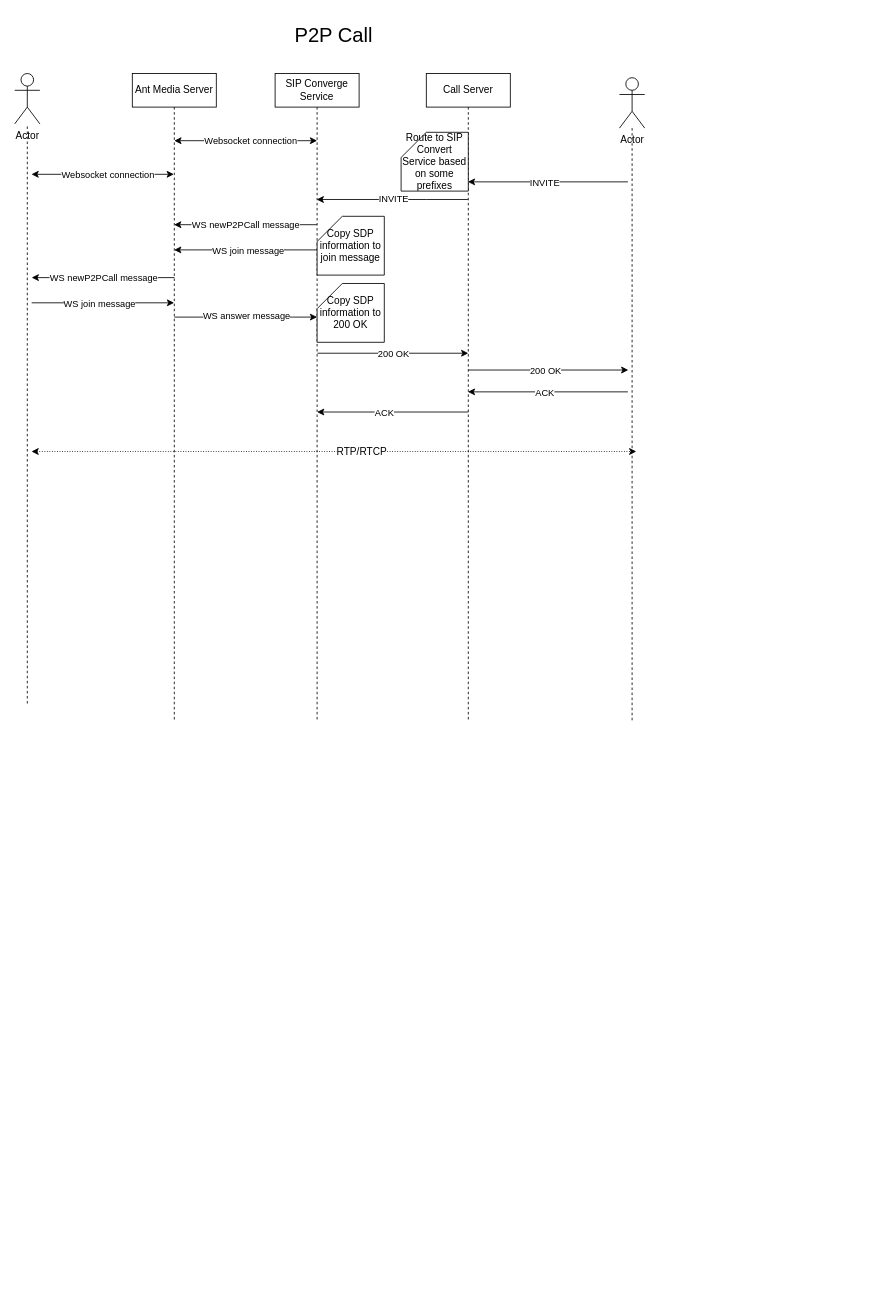
Earlier version of the draw.io diagram page "ConferenceCall" (5 of 7) of callcenter-int/Başlıksız Diyagram.drawio (sezerdulger/drawio). Source tidied: cells renumbered, new cells numbered last; positions are measured from the earlier drawing's top-left corner, leaving out a move shared by most shapes. Both pictures are drawn from the tidied source at 84%, with x=0, y=0 at pixel (14, 23).
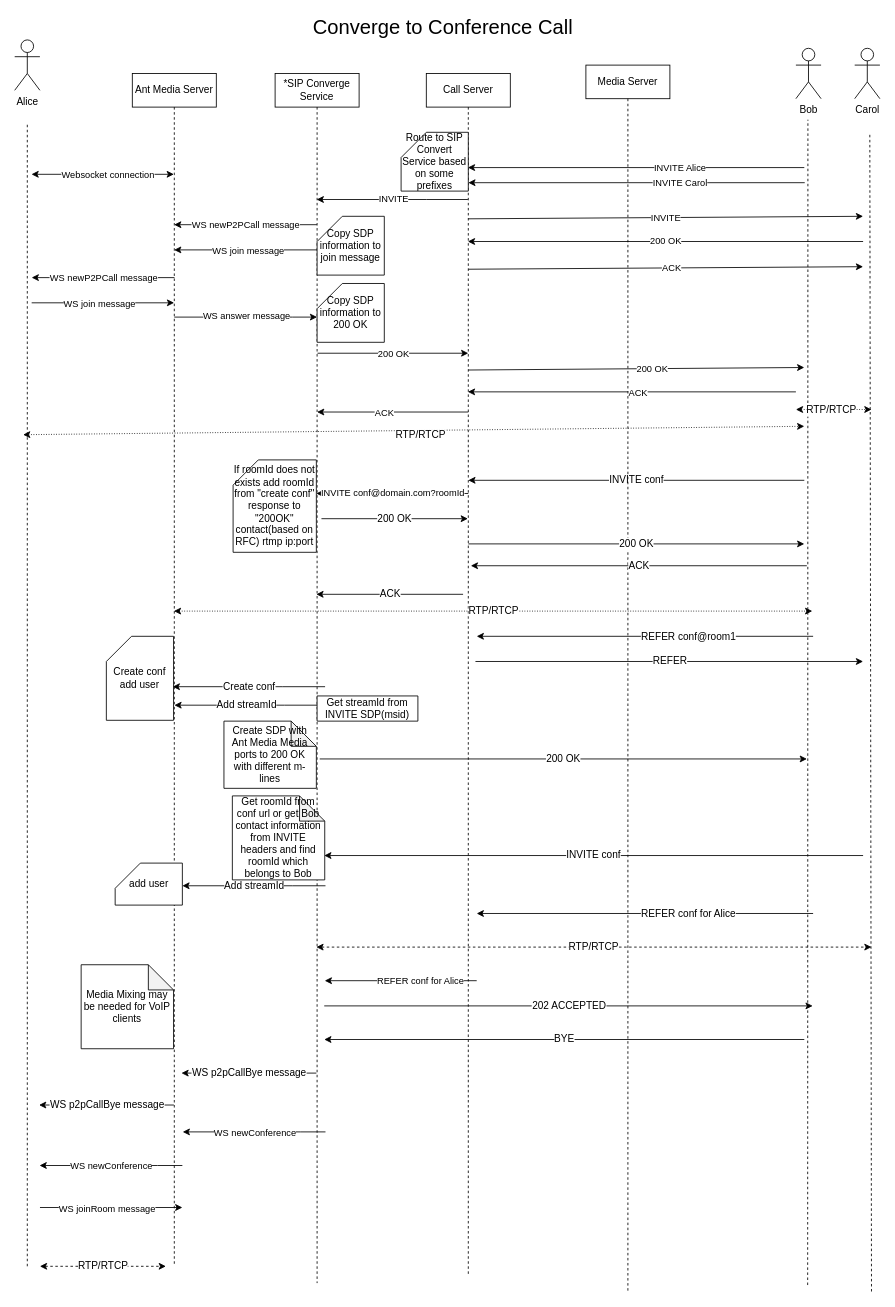
The same diagram, later.

The edit, as a diff of the source:
```diff
@@
     <mxCell id="2" value="Call Server" style="shape=umlLifeline;perimeter=lifelinePerimeter;whiteSpace=wrap;html=1;outlineConnect=0;portConstraint=eastwest;newEdgeStyle={&quot;edgeStyle&quot;:&quot;elbowEdgeStyle&quot;,&quot;elbow&quot;:&quot;vertical&quot;,&quot;curved&quot;:0,&quot;rounded&quot;:0};" parent="1" vertex="1">
-      <mxGeometry x="490" y="60" width="100" height="770" as="geometry" />
+      <mxGeometry x="490" y="60" width="100" height="1430" as="geometry" />
     </mxCell>
     <mxCell id="3" value="Ant Media Server" style="shape=umlLifeline;perimeter=lifelinePerimeter;whiteSpace=wrap;html=1;outlineConnect=0;portConstraint=eastwest;newEdgeStyle={&quot;edgeStyle&quot;:&quot;elbowEdgeStyle&quot;,&quot;elbow&quot;:&quot;vertical&quot;,&quot;curved&quot;:0,&quot;rounded&quot;:0};" parent="1" vertex="1">
-      <mxGeometry x="140" y="60" width="100" height="770" as="geometry" />
+      <mxGeometry x="140" y="60" width="100" height="1420" as="geometry" />
     </mxCell>
-    <mxCell id="4" value="SIP Converge Service" style="shape=umlLifeline;perimeter=lifelinePerimeter;whiteSpace=wrap;html=1;outlineConnect=0;portConstraint=eastwest;newEdgeStyle={&quot;edgeStyle&quot;:&quot;elbowEdgeStyle&quot;,&quot;elbow&quot;:&quot;vertical&quot;,&quot;curved&quot;:0,&quot;rounded&quot;:0};" parent="1" vertex="1">
-      <mxGeometry x="310" y="60" width="100" height="770" as="geometry" />
+    <mxCell id="4" value="*SIP Converge Service" style="shape=umlLifeline;perimeter=lifelinePerimeter;whiteSpace=wrap;html=1;outlineConnect=0;portConstraint=eastwest;newEdgeStyle={&quot;edgeStyle&quot;:&quot;elbowEdgeStyle&quot;,&quot;elbow&quot;:&quot;vertical&quot;,&quot;curved&quot;:0,&quot;rounded&quot;:0};" parent="1" vertex="1">
+      <mxGeometry x="310" y="60" width="100" height="1440" as="geometry" />
     </mxCell>
-    <mxCell id="5" value="Actor" style="shape=umlActor;verticalLabelPosition=bottom;verticalAlign=top;html=1;outlineConnect=0;" parent="1" vertex="1">
-      <mxGeometry x="720" y="65" width="30" height="60" as="geometry" />
+    <mxCell id="5" value="Bob" style="shape=umlActor;verticalLabelPosition=bottom;verticalAlign=top;html=1;outlineConnect=0;" parent="1" vertex="1">
+      <mxGeometry x="930" y="30" width="30" height="60" as="geometry" />
     </mxCell>
-    <mxCell id="6" style="endArrow=classic;html=1;rounded=0;" parent="1" edge="1" target="2">
+    <mxCell id="6" style="endArrow=classic;html=1;rounded=0;" parent="1" edge="1">
       <mxGeometry relative="1" as="geometry">
-        <mxPoint x="730" y="189" as="sourcePoint" />
+        <mxPoint x="940" y="172" as="sourcePoint" />
+        <mxPoint x="539.5" y="172" as="targetPoint" />
       </mxGeometry>
     </mxCell>
-    <mxCell id="7" value="INVITE" style="edgeLabel;html=1;align=center;verticalAlign=middle;" parent="6" vertex="1">
+    <mxCell id="7" value="INVITE Alice" style="edgeLabel;html=1;align=center;verticalAlign=middle;" parent="6" vertex="1">
       <mxGeometry x="-0.26" relative="1" as="geometry">
-        <mxPoint x="-30" as="offset" />
+        <mxPoint x="-1" as="offset" />
       </mxGeometry>
     </mxCell>
-    <mxCell id="8" style="endArrow=none;dashed=1;html=1;rounded=0;" parent="1" edge="1" target="5">
+    <mxCell id="8" style="endArrow=none;dashed=1;html=1;rounded=0;" parent="1" edge="1">
       <mxGeometry relative="1" as="geometry">
-        <mxPoint x="735" y="830" as="sourcePoint" />
+        <mxPoint x="944" y="1502.3" as="sourcePoint" />
+        <mxPoint x="944.3" y="115" as="targetPoint" />
       </mxGeometry>
     </mxCell>
     <mxCell id="9" style="endArrow=classic;html=1;rounded=0;" parent="1" edge="1">
       <mxGeometry relative="1" as="geometry">
         <mxPoint x="540" y="413" as="sourcePoint" />
-        <mxPoint x="730.5" y="413" as="targetPoint" />
+        <mxPoint x="940" y="410" as="targetPoint" />
       </mxGeometry>
     </mxCell>
@@
     <mxCell id="11" style="endArrow=classic;html=1;rounded=0;" parent="1" edge="1">
       <mxGeometry relative="1" as="geometry">
-        <mxPoint x="730" y="439" as="sourcePoint" />
+        <mxPoint x="930" y="439" as="sourcePoint" />
         <mxPoint x="539.5" y="439" as="targetPoint" />
       </mxGeometry>
     </mxCell>
@@
-    <mxCell id="20" value="Actor" style="shape=umlActor;verticalLabelPosition=bottom;verticalAlign=top;html=1;outlineConnect=0;" parent="1" vertex="1">
-      <mxGeometry y="60" width="30" height="60" as="geometry" />
+    <mxCell id="20" value="Alice" style="shape=umlActor;verticalLabelPosition=bottom;verticalAlign=top;html=1;outlineConnect=0;" parent="1" vertex="1">
+      <mxGeometry y="20" width="30" height="60" as="geometry" />
     </mxCell>
-    <mxCell id="21" style="endArrow=none;dashed=1;html=1;rounded=0;" parent="1" edge="1" target="20">
+    <mxCell id="21" style="endArrow=none;dashed=1;html=1;rounded=0;" parent="1" edge="1">
       <mxGeometry relative="1" as="geometry">
-        <mxPoint x="15" y="810" as="sourcePoint" />
+        <mxPoint x="15" y="1480" as="sourcePoint" />
+        <mxPoint x="15" y="120" as="targetPoint" />
       </mxGeometry>
     </mxCell>
@@
-    <mxCell id="24" style="endArrow=classic;startArrow=classic;html=1;rounded=0;" parent="1" edge="1">
-      <mxGeometry relative="1" as="geometry">
-        <mxPoint x="190" y="140" as="sourcePoint" />
-        <mxPoint x="360" y="140" as="targetPoint" />
-      </mxGeometry>
-    </mxCell>
-    <mxCell id="25" value="Websocket connection" style="edgeLabel;html=1;align=center;verticalAlign=middle;" parent="24" vertex="1">
-      <mxGeometry x="0.17" relative="1" as="geometry">
-        <mxPoint x="-9" as="offset" />
-      </mxGeometry>
-    </mxCell>
@@
-    <mxCell id="36" value="P2P Call" style="text;html=1;strokeColor=none;fillColor=none;align=center;verticalAlign=middle;whiteSpace=wrap;rounded=0;strokeWidth=1;fontSize=24;" parent="1" vertex="1">
-      <mxGeometry x="220" width="320" height="30" as="geometry" />
+    <mxCell id="36" value="Converge to Conference Call" style="text;html=1;strokeColor=none;fillColor=none;align=center;verticalAlign=middle;whiteSpace=wrap;rounded=0;strokeWidth=1;fontSize=24;" parent="1" vertex="1">
+      <mxGeometry x="320" y="-10" width="380" height="30" as="geometry" />
     </mxCell>
@@
     <mxCell id="39" style="endArrow=classic;startArrow=classic;html=1;rounded=0;fontSize=24;dashed=1;dashPattern=1 2;" parent="1" edge="1">
       <mxGeometry relative="1" as="geometry">
-        <mxPoint x="20" y="510" as="sourcePoint" />
-        <mxPoint x="740" y="510" as="targetPoint" />
+        <mxPoint x="10" y="490" as="sourcePoint" />
+        <mxPoint x="940" y="480" as="targetPoint" />
       </mxGeometry>
     </mxCell>
     <mxCell id="40" value="RTP/RTCP" style="edgeLabel;html=1;align=center;verticalAlign=middle;fontSize=12;" parent="39" vertex="1">
       <mxGeometry x="0.19" relative="1" as="geometry">
-        <mxPoint x="-36" as="offset" />
+        <mxPoint x="-80" y="6" as="offset" />
       </mxGeometry>
     </mxCell>
+    <mxCell id="41" value="INVITE conf" style="endArrow=classic;html=1;rounded=0;fontSize=12;" parent="1" edge="1">
+      <mxGeometry relative="1" as="geometry">
+        <mxPoint x="940" y="544.3" as="sourcePoint" />
+        <mxPoint x="540" y="544.3" as="targetPoint" />
+      </mxGeometry>
+    </mxCell>
+    <mxCell id="42" value="Media Server" style="shape=umlLifeline;perimeter=lifelinePerimeter;whiteSpace=wrap;html=1;newEdgeStyle={&quot;edgeStyle&quot;:&quot;elbowEdgeStyle&quot;,&quot;elbow&quot;:&quot;vertical&quot;,&quot;curved&quot;:0,&quot;rounded&quot;:0};" parent="1" vertex="1">
+      <mxGeometry x="680" y="50" width="100" height="1460" as="geometry" />
+    </mxCell>
+    <mxCell id="43" value="Carol" style="shape=umlActor;verticalLabelPosition=bottom;verticalAlign=top;html=1;" parent="1" vertex="1">
+      <mxGeometry x="1000" y="30" width="30" height="60" as="geometry" />
+    </mxCell>
+    <mxCell id="44" style="endArrow=classic;html=1;rounded=0;" parent="1" edge="1">
+      <mxGeometry relative="1" as="geometry">
+        <mxPoint x="940.5" y="190" as="sourcePoint" />
+        <mxPoint x="540" y="190" as="targetPoint" />
+      </mxGeometry>
+    </mxCell>
+    <mxCell id="45" value="INVITE Carol" style="edgeLabel;html=1;align=center;verticalAlign=middle;" parent="44" vertex="1">
+      <mxGeometry x="-0.26" relative="1" as="geometry">
+        <mxPoint x="-1" as="offset" />
+      </mxGeometry>
+    </mxCell>
+    <mxCell id="46" style="endArrow=none;dashed=1;html=1;rounded=0;" parent="1" edge="1">
+      <mxGeometry relative="1" as="geometry">
+        <mxPoint x="1020" y="1510" as="sourcePoint" />
+        <mxPoint x="1018" y="130" as="targetPoint" />
+      </mxGeometry>
+    </mxCell>
+    <mxCell id="47" value="INVITE" style="endArrow=classic;html=1;rounded=0;" parent="1" edge="1">
+      <mxGeometry relative="1" as="geometry">
+        <mxPoint x="540" y="233" as="sourcePoint" />
+        <mxPoint x="1010" y="230" as="targetPoint" />
+      </mxGeometry>
+    </mxCell>
+    <mxCell id="48" value="200 OK" style="endArrow=classic;html=1;rounded=0;" parent="1" edge="1" target="2">
+      <mxGeometry relative="1" as="geometry">
+        <mxPoint x="1010" y="260" as="sourcePoint" />
+      </mxGeometry>
+    </mxCell>
+    <mxCell id="49" style="endArrow=classic;html=1;rounded=0;" parent="1" edge="1">
+      <mxGeometry relative="1" as="geometry">
+        <mxPoint x="540" y="293" as="sourcePoint" />
+        <mxPoint x="1010" y="290" as="targetPoint" />
+      </mxGeometry>
+    </mxCell>
+    <mxCell id="50" value="ACK" style="edgeLabel;html=1;align=center;verticalAlign=middle;" parent="49" vertex="1">
+      <mxGeometry x="0.21" y="-2" relative="1" as="geometry">
+        <mxPoint x="-43" y="-2" as="offset" />
+      </mxGeometry>
+    </mxCell>
+    <mxCell id="51" value="INVITE conf@domain.com?roomId" style="endArrow=classic;html=1;rounded=0;" parent="1" edge="1">
+      <mxGeometry x="-0.01" relative="1" as="geometry">
+        <mxPoint x="540" y="560" as="sourcePoint" />
+        <mxPoint x="359" y="560" as="targetPoint" />
+        <Array as="points">
+          <mxPoint x="490" y="560" />
+        </Array>
+      </mxGeometry>
+    </mxCell>
+    <mxCell id="52" value="REFER" style="endArrow=classic;html=1;rounded=0;fontSize=12;" parent="1" edge="1">
+      <mxGeometry relative="1" as="geometry">
+        <mxPoint x="548.5" y="760" as="sourcePoint" />
+        <mxPoint x="1010" y="760" as="targetPoint" />
+      </mxGeometry>
+    </mxCell>
+    <mxCell id="53" value="INVITE conf" style="endArrow=classic;html=1;rounded=0;fontSize=12;" parent="1" edge="1">
+      <mxGeometry relative="1" as="geometry">
+        <mxPoint x="1010" y="991" as="sourcePoint" />
+        <mxPoint x="368.5" y="991" as="targetPoint" />
+      </mxGeometry>
+    </mxCell>
+    <mxCell id="54" value="200 OK" style="endArrow=classic;html=1;rounded=0;fontSize=12;" parent="1" edge="1">
+      <mxGeometry relative="1" as="geometry">
+        <mxPoint x="363.1" y="876" as="sourcePoint" />
+        <mxPoint x="943.1" y="876" as="targetPoint" />
+      </mxGeometry>
+    </mxCell>
+    <mxCell id="55" value="Create SDP with Ant Media Media ports to 200 OK with different m-lines" style="shape=note;whiteSpace=wrap;html=1;backgroundOutline=1;darkOpacity=0.05;strokeWidth=1;fontSize=12;" parent="1" vertex="1">
+      <mxGeometry x="249.1" y="831" width="110" height="80" as="geometry" />
+    </mxCell>
+    <mxCell id="56" value="Create conf" style="endArrow=classic;html=1;rounded=0;fontSize=12;" parent="1" edge="1">
+      <mxGeometry relative="1" as="geometry">
+        <mxPoint x="369.5" y="790" as="sourcePoint" />
+        <mxPoint x="188.1" y="790" as="targetPoint" />
+        <Array as="points">
+          <mxPoint x="319.1" y="790" />
+        </Array>
+      </mxGeometry>
+    </mxCell>
+    <mxCell id="57" value="Add streamId" style="endArrow=classic;html=1;rounded=0;fontSize=12;" parent="1" edge="1">
+      <mxGeometry relative="1" as="geometry">
+        <mxPoint x="360.6" y="812" as="sourcePoint" />
+        <mxPoint x="190.1" y="812" as="targetPoint" />
+        <Array as="points">
+          <mxPoint x="321.1" y="812" />
+        </Array>
+      </mxGeometry>
+    </mxCell>
+    <mxCell id="58" value="Get streamId from INVITE SDP(msid)" style="shape=note;whiteSpace=wrap;html=1;backgroundOutline=1;darkOpacity=0.05;strokeWidth=1;fontSize=12;size=0;" parent="1" vertex="1">
+      <mxGeometry x="360" y="801" width="120" height="30" as="geometry" />
+    </mxCell>
+    <mxCell id="59" value="Create conf&lt;br&gt;add user" style="shape=card;whiteSpace=wrap;html=1;strokeWidth=1;fontSize=12;" parent="1" vertex="1">
+      <mxGeometry x="109.1" y="730" width="80" height="100" as="geometry" />
+    </mxCell>
+    <mxCell id="60" value="Add streamId" style="endArrow=classic;html=1;rounded=0;fontSize=12;" parent="1" edge="1">
+      <mxGeometry relative="1" as="geometry">
+        <mxPoint x="370" y="1027" as="sourcePoint" />
+        <mxPoint x="199.6" y="1027" as="targetPoint" />
+        <Array as="points">
+          <mxPoint x="330.5" y="1027" />
+        </Array>
+      </mxGeometry>
+    </mxCell>
+    <mxCell id="61" value="add user" style="shape=card;whiteSpace=wrap;html=1;strokeWidth=1;fontSize=12;" parent="1" vertex="1">
+      <mxGeometry x="119.6" y="1000" width="80" height="50" as="geometry" />
+    </mxCell>
+    <mxCell id="62" style="endArrow=classic;html=1;rounded=0;" parent="1" edge="1">
+      <mxGeometry relative="1" as="geometry">
+        <mxPoint x="950.5" y="730" as="sourcePoint" />
+        <mxPoint x="550" y="730" as="targetPoint" />
+      </mxGeometry>
+    </mxCell>
+    <mxCell id="63" value="REFER conf@room1" style="edgeLabel;html=1;align=center;verticalAlign=middle;fontSize=12;" parent="62" vertex="1">
+      <mxGeometry x="-0.26" relative="1" as="geometry">
+        <mxPoint x="-1" as="offset" />
+      </mxGeometry>
+    </mxCell>
+    <mxCell id="64" value="200 OK" style="endArrow=classic;html=1;rounded=0;fontSize=12;" parent="1" edge="1" target="2">
+      <mxGeometry relative="1" as="geometry">
+        <mxPoint x="365.2" y="590" as="sourcePoint" />
+      </mxGeometry>
+    </mxCell>
+    <mxCell id="65" value="If roomId does not exists add roomId from &quot;create conf&quot; response to &quot;200OK&quot; contact(based on RFC) rtmp ip:port" style="shape=card;whiteSpace=wrap;html=1;strokeWidth=1;fontSize=12;" parent="1" vertex="1">
+      <mxGeometry x="260" y="520" width="99.1" height="110" as="geometry" />
+    </mxCell>
+    <mxCell id="66" value="Get roomId from conf url or get Bob contact information from INVITE headers and find roomId which belongs to Bob" style="shape=note;whiteSpace=wrap;html=1;backgroundOutline=1;darkOpacity=0.05;strokeWidth=1;fontSize=12;" parent="1" vertex="1">
+      <mxGeometry x="259.1" y="920" width="110" height="100" as="geometry" />
+    </mxCell>
+    <mxCell id="67" style="endArrow=classic;html=1;rounded=0;" parent="1" edge="1">
+      <mxGeometry relative="1" as="geometry">
+        <mxPoint x="950.5" y="1060" as="sourcePoint" />
+        <mxPoint x="550" y="1060" as="targetPoint" />
+      </mxGeometry>
+    </mxCell>
+    <mxCell id="68" value="REFER conf for Alice" style="edgeLabel;html=1;align=center;verticalAlign=middle;fontSize=12;" parent="67" vertex="1">
+      <mxGeometry x="-0.26" relative="1" as="geometry">
+        <mxPoint x="-1" as="offset" />
+      </mxGeometry>
+    </mxCell>
+    <mxCell id="69" style="endArrow=classic;html=1;rounded=0;" parent="1" edge="1">
+      <mxGeometry relative="1" as="geometry">
+        <mxPoint x="550" y="1140" as="sourcePoint" />
+        <mxPoint x="369.1" y="1140" as="targetPoint" />
+      </mxGeometry>
+    </mxCell>
+    <mxCell id="70" value="REFER conf for Alice" style="edgeLabel;html=1;align=center;verticalAlign=middle;" parent="69" vertex="1">
+      <mxGeometry x="-0.26" relative="1" as="geometry">
+        <mxPoint x="-1" as="offset" />
+      </mxGeometry>
+    </mxCell>
+    <mxCell id="71" value="202 ACCEPTED" style="endArrow=classic;html=1;rounded=0;fontSize=12;" parent="1" edge="1">
+      <mxGeometry relative="1" as="geometry">
+        <mxPoint x="368.5" y="1170" as="sourcePoint" />
+        <mxPoint x="950" y="1170" as="targetPoint" />
+      </mxGeometry>
+    </mxCell>
+    <mxCell id="72" value="BYE" style="endArrow=classic;html=1;rounded=0;fontSize=12;" parent="1" edge="1">
+      <mxGeometry relative="1" as="geometry">
+        <mxPoint x="940" y="1210" as="sourcePoint" />
+        <mxPoint x="368.5" y="1210" as="targetPoint" />
+      </mxGeometry>
+    </mxCell>
+    <mxCell id="73" value="WS p2pCallBye message" style="endArrow=classic;html=1;rounded=0;fontSize=12;" parent="1" edge="1">
+      <mxGeometry relative="1" as="geometry">
+        <mxPoint x="359.1" y="1250" as="sourcePoint" />
+        <mxPoint x="198.5" y="1250" as="targetPoint" />
+      </mxGeometry>
+    </mxCell>
+    <mxCell id="74" style="endArrow=classic;html=1;rounded=0;" parent="1" edge="1">
+      <mxGeometry relative="1" as="geometry">
+        <mxPoint x="370" y="1320" as="sourcePoint" />
+        <mxPoint x="200" y="1320" as="targetPoint" />
+        <Array as="points">
+          <mxPoint x="340.5" y="1320" />
+        </Array>
+      </mxGeometry>
+    </mxCell>
+    <mxCell id="75" value="WS newConference" style="edgeLabel;html=1;align=center;verticalAlign=middle;" parent="74" vertex="1">
+      <mxGeometry y="1" relative="1" as="geometry">
+        <mxPoint y="-1" as="offset" />
+      </mxGeometry>
+    </mxCell>
+    <mxCell id="76" style="endArrow=classic;html=1;rounded=0;" parent="1" edge="1">
+      <mxGeometry relative="1" as="geometry">
+        <mxPoint x="199.6" y="1360" as="sourcePoint" />
+        <mxPoint x="29.6" y="1360" as="targetPoint" />
+        <Array as="points">
+          <mxPoint x="170.1" y="1360" />
+        </Array>
+      </mxGeometry>
+    </mxCell>
+    <mxCell id="77" value="WS newConference" style="edgeLabel;html=1;align=center;verticalAlign=middle;" parent="76" vertex="1">
+      <mxGeometry y="1" relative="1" as="geometry">
+        <mxPoint y="-1" as="offset" />
+      </mxGeometry>
+    </mxCell>
+    <mxCell id="78" style="endArrow=classic;html=1;rounded=0;" parent="1" edge="1">
+      <mxGeometry relative="1" as="geometry">
+        <mxPoint x="30.1" y="1410" as="sourcePoint" />
+        <mxPoint x="199.6" y="1410" as="targetPoint" />
+      </mxGeometry>
+    </mxCell>
+    <mxCell id="79" value="WS joinRoom message" style="edgeLabel;html=1;align=center;verticalAlign=middle;" parent="78" vertex="1">
+      <mxGeometry x="0.21" y="-1" relative="1" as="geometry">
+        <mxPoint x="-24" as="offset" />
+      </mxGeometry>
+    </mxCell>
+    <mxCell id="80" style="endArrow=classic;startArrow=classic;html=1;rounded=0;fontSize=24;dashed=1;dashPattern=1 2;" parent="1" edge="1">
+      <mxGeometry relative="1" as="geometry">
+        <mxPoint x="930" y="460" as="sourcePoint" />
+        <mxPoint x="1020" y="460" as="targetPoint" />
+      </mxGeometry>
+    </mxCell>
+    <mxCell id="81" value="RTP/RTCP" style="edgeLabel;html=1;align=center;verticalAlign=middle;fontSize=12;" parent="80" vertex="1">
+      <mxGeometry x="0.19" relative="1" as="geometry">
+        <mxPoint x="-13" as="offset" />
+      </mxGeometry>
+    </mxCell>
+    <mxCell id="82" value="WS p2pCallBye message" style="endArrow=classic;html=1;rounded=0;fontSize=12;" parent="1" edge="1">
+      <mxGeometry relative="1" as="geometry">
+        <mxPoint x="189.5" y="1288" as="sourcePoint" />
+        <mxPoint x="29" y="1288" as="targetPoint" />
+      </mxGeometry>
+    </mxCell>
+    <mxCell id="83" value="RTP/RTCP" style="endArrow=classic;startArrow=classic;html=1;rounded=0;fontSize=12;dashed=1;dashPattern=1 2;" parent="1" edge="1" source="3">
+      <mxGeometry relative="1" as="geometry">
+        <mxPoint x="949.5" y="700" as="targetPoint" />
+        <Array as="points">
+          <mxPoint x="560" y="700" />
+        </Array>
+      </mxGeometry>
+    </mxCell>
+    <mxCell id="84" value="200 OK" style="endArrow=classic;html=1;rounded=0;fontSize=12;" parent="1" edge="1">
+      <mxGeometry relative="1" as="geometry">
+        <mxPoint x="540" y="620" as="sourcePoint" />
+        <mxPoint x="940" y="620" as="targetPoint" />
+      </mxGeometry>
+    </mxCell>
+    <mxCell id="85" value="ACK" style="endArrow=classic;html=1;rounded=0;fontSize=12;" parent="1" edge="1">
+      <mxGeometry relative="1" as="geometry">
+        <mxPoint x="943" y="646" as="sourcePoint" />
+        <mxPoint x="543" y="646" as="targetPoint" />
+      </mxGeometry>
+    </mxCell>
+    <mxCell id="86" value="ACK" style="endArrow=classic;html=1;rounded=0;fontSize=12;" parent="1" edge="1">
+      <mxGeometry relative="1" as="geometry">
+        <mxPoint x="533.8" y="680" as="sourcePoint" />
+        <mxPoint x="359.1" y="680" as="targetPoint" />
+      </mxGeometry>
+    </mxCell>
+    <mxCell id="87" value="Media Mixing may be needed for VoIP clients" style="shape=note;whiteSpace=wrap;html=1;backgroundOutline=1;darkOpacity=0.05;strokeWidth=1;fontSize=12;" parent="1" vertex="1">
+      <mxGeometry x="79.1" y="1121" width="110" height="100" as="geometry" />
+    </mxCell>
+    <mxCell id="88" value="RTP/RTCP" style="endArrow=classic;startArrow=classic;html=1;rounded=0;fontSize=12;dashed=1;" parent="1" edge="1">
+      <mxGeometry relative="1" as="geometry">
+        <mxPoint x="30" y="1480" as="sourcePoint" />
+        <mxPoint x="180" y="1480" as="targetPoint" />
+      </mxGeometry>
+    </mxCell>
+    <mxCell id="89" value="RTP/RTCP" style="endArrow=classic;startArrow=classic;html=1;rounded=0;fontSize=12;dashed=1;" parent="1" edge="1">
+      <mxGeometry relative="1" as="geometry">
+        <mxPoint x="359.1" y="1100" as="sourcePoint" />
+        <mxPoint x="1020" y="1100" as="targetPoint" />
+      </mxGeometry>
+    </mxCell>
```
